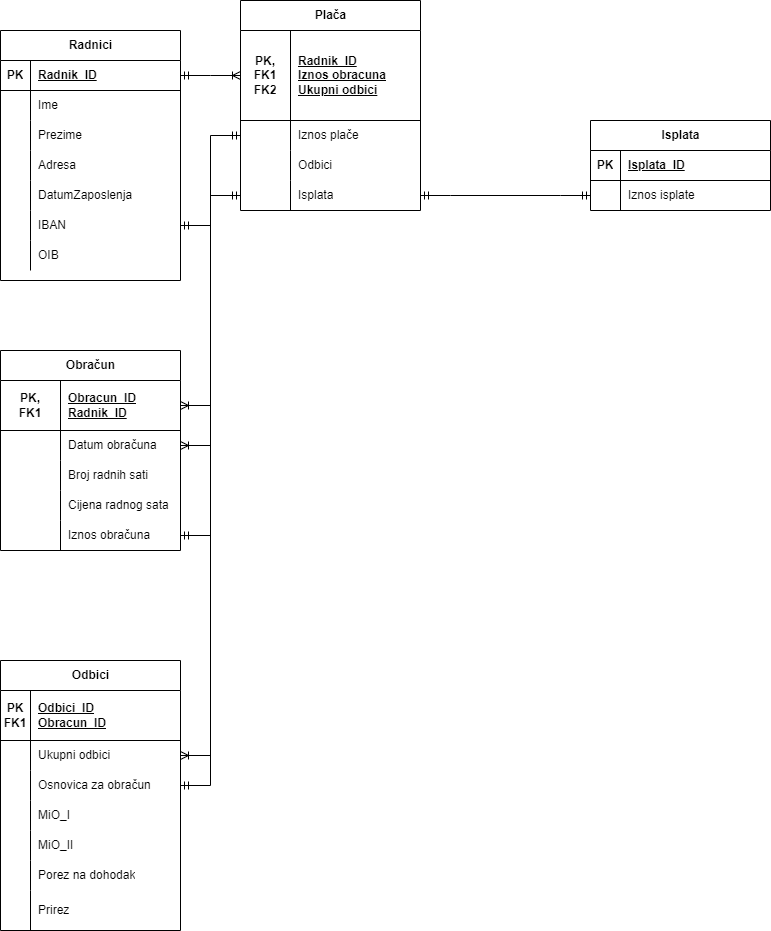
ileninger/Zavrsni-WP2---payroll keeps this draw.io diagram as PayRoll.png. Above is the earlier version. Source tidied: cells renumbered, new cells last; positions are measured from the earlier drawing's top-left corner, leaving out a move shared by most shapes.
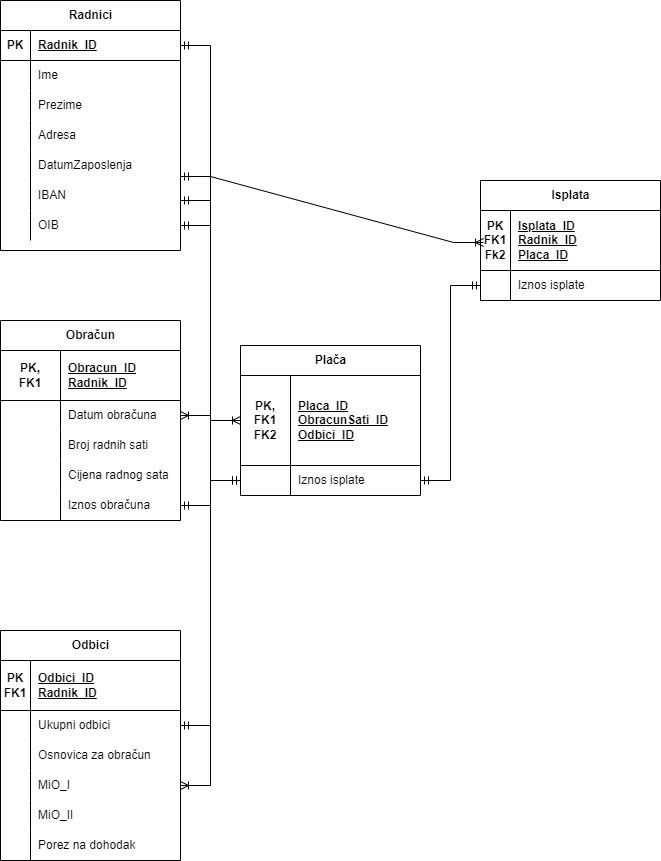
Above is the later version.

Diff of the diagram source:
```diff
@@ -117,7 +117,7 @@
       <mxGeometry x="60" width="120" height="30" as="geometry" />
     </mxCell>
     <mxCell id="40" value="Plača" style="shape=table;startSize=30;rowLines=0;fontStyle=1;align=center;html=1;" parent="1" vertex="1">
-      <mxGeometry x="240" width="180" height="210" as="geometry" />
+      <mxGeometry x="240" y="375" width="180" height="150" as="geometry" />
     </mxCell>
     <mxCell id="41" style="shape=tableRow;horizontal=0;startSize=0;swimlaneHead=0;swimlaneBody=0;fillColor=none;points=[[0,0.5],[1,0.5]];portConstraint=eastwest;top=0;left=0;right=0;bottom=1;" parent="40" vertex="1">
       <mxGeometry y="30" width="180" height="90" as="geometry" />
@@ -125,38 +125,20 @@
     <mxCell id="42" value="PK, &lt;br&gt;FK1&lt;br&gt;FK2" style="shape=partialRectangle;fillColor=none;top=0;left=0;bottom=0;right=0;fontStyle=1;overflow=hidden;whiteSpace=wrap;html=1;" parent="41" vertex="1">
       <mxGeometry width="50" height="90" as="geometry" />
     </mxCell>
-    <mxCell id="43" value="Radnik_ID&lt;br&gt;Iznos obracuna&lt;br&gt;Ukupni odbici" style="shape=partialRectangle;fillColor=none;top=0;left=0;bottom=0;right=0;align=left;spacingLeft=6;fontStyle=5;overflow=hidden;whiteSpace=wrap;html=1;" parent="41" vertex="1">
+    <mxCell id="43" value="Placa_ID&lt;br&gt;ObracunSati_ID&lt;br&gt;Odbici_ID" style="shape=partialRectangle;fillColor=none;top=0;left=0;bottom=0;right=0;align=left;spacingLeft=6;fontStyle=5;overflow=hidden;whiteSpace=wrap;html=1;" parent="41" vertex="1">
       <mxGeometry x="50" width="130" height="90" as="geometry" />
     </mxCell>
-    <mxCell id="44" style="shape=tableRow;horizontal=0;startSize=0;swimlaneHead=0;swimlaneBody=0;fillColor=none;points=[[0,0.5],[1,0.5]];portConstraint=eastwest;top=0;left=0;right=0;bottom=0;" parent="40" vertex="1">
-      <mxGeometry y="120" width="180" height="30" as="geometry" />
-    </mxCell>
-    <mxCell id="45" style="shape=partialRectangle;fillColor=none;top=0;left=0;bottom=0;right=0;overflow=hidden;whiteSpace=wrap;html=1;" parent="44" vertex="1">
-      <mxGeometry width="50" height="30" as="geometry" />
-    </mxCell>
-    <mxCell id="46" value="Iznos plače" style="shape=partialRectangle;fillColor=none;top=0;left=0;bottom=0;right=0;align=left;spacingLeft=6;overflow=hidden;whiteSpace=wrap;html=1;" parent="44" vertex="1">
-      <mxGeometry x="50" width="130" height="30" as="geometry" />
-    </mxCell>
-    <mxCell id="47" style="shape=tableRow;horizontal=0;startSize=0;swimlaneHead=0;swimlaneBody=0;fillColor=none;top=0;left=0;right=0;bottom=0;" parent="40" vertex="1">
-      <mxGeometry y="150" width="180" height="30" as="geometry" />
-    </mxCell>
-    <mxCell id="48" style="shape=partialRectangle;fillColor=none;top=0;left=0;bottom=0;right=0;overflow=hidden;whiteSpace=wrap;html=1;" parent="47" vertex="1">
-      <mxGeometry width="50" height="30" as="geometry" />
-    </mxCell>
-    <mxCell id="49" value="Odbici" style="shape=partialRectangle;fillColor=none;top=0;left=0;bottom=0;right=0;align=left;spacingLeft=6;overflow=hidden;whiteSpace=wrap;html=1;" parent="47" vertex="1">
-      <mxGeometry x="50" width="130" height="30" as="geometry" />
-    </mxCell>
     <mxCell id="50" style="shape=tableRow;horizontal=0;startSize=0;swimlaneHead=0;swimlaneBody=0;fillColor=none;points=[[0,0.5],[1,0.5]];portConstraint=eastwest;top=0;left=0;right=0;bottom=0;" parent="40" vertex="1">
-      <mxGeometry y="180" width="180" height="30" as="geometry" />
+      <mxGeometry y="120" width="180" height="30" as="geometry" />
     </mxCell>
     <mxCell id="51" style="shape=partialRectangle;fillColor=none;top=0;left=0;bottom=0;right=0;overflow=hidden;whiteSpace=wrap;html=1;" parent="50" vertex="1">
       <mxGeometry width="50" height="30" as="geometry" />
     </mxCell>
-    <mxCell id="52" value="Isplata" style="shape=partialRectangle;fillColor=none;top=0;left=0;bottom=0;right=0;align=left;spacingLeft=6;overflow=hidden;whiteSpace=wrap;html=1;" parent="50" vertex="1">
+    <mxCell id="52" value="Iznos isplate" style="shape=partialRectangle;fillColor=none;top=0;left=0;bottom=0;right=0;align=left;spacingLeft=6;overflow=hidden;whiteSpace=wrap;html=1;" parent="50" vertex="1">
       <mxGeometry x="50" width="130" height="30" as="geometry" />
     </mxCell>
     <mxCell id="53" value="Odbici" style="shape=table;startSize=30;rowLines=0;fontStyle=1;align=center;html=1;" parent="1" vertex="1">
-      <mxGeometry y="660" width="180" height="270" as="geometry" />
+      <mxGeometry y="660" width="180" height="230" as="geometry" />
     </mxCell>
     <mxCell id="54" style="shape=tableRow;horizontal=0;startSize=0;swimlaneHead=0;swimlaneBody=0;fillColor=none;top=0;left=0;right=0;bottom=1;" parent="53" vertex="1">
       <mxGeometry y="30" width="180" height="50" as="geometry" />
@@ -164,7 +146,7 @@
     <mxCell id="55" value="PK&lt;br&gt;FK1" style="shape=partialRectangle;fillColor=none;top=0;left=0;bottom=0;right=0;fontStyle=1;overflow=hidden;whiteSpace=wrap;html=1;" parent="54" vertex="1">
       <mxGeometry width="30" height="50" as="geometry" />
     </mxCell>
-    <mxCell id="56" value="Odbici_ID&lt;br&gt;Obracun_ID" style="shape=partialRectangle;fillColor=none;top=0;left=0;bottom=0;right=0;align=left;spacingLeft=6;fontStyle=5;overflow=hidden;whiteSpace=wrap;html=1;" parent="54" vertex="1">
+    <mxCell id="56" value="Odbici_ID&lt;br&gt;Radnik_ID" style="shape=partialRectangle;fillColor=none;top=0;left=0;bottom=0;right=0;align=left;spacingLeft=6;fontStyle=5;overflow=hidden;whiteSpace=wrap;html=1;" parent="54" vertex="1">
       <mxGeometry x="30" width="150" height="50" as="geometry" />
     </mxCell>
     <mxCell id="57" style="shape=tableRow;horizontal=0;startSize=0;swimlaneHead=0;swimlaneBody=0;fillColor=none;points=[[0,0.5],[1,0.5]];portConstraint=eastwest;top=0;left=0;right=0;bottom=0;" parent="53" vertex="1">
@@ -212,15 +194,6 @@
     <mxCell id="71" value="Porez na dohodak" style="shape=partialRectangle;fillColor=none;top=0;left=0;bottom=0;right=0;align=left;spacingLeft=6;overflow=hidden;whiteSpace=wrap;html=1;" parent="69" vertex="1">
       <mxGeometry x="30" width="150" height="30" as="geometry" />
     </mxCell>
-    <mxCell id="72" style="shape=tableRow;horizontal=0;startSize=0;swimlaneHead=0;swimlaneBody=0;fillColor=none;top=0;left=0;right=0;bottom=0;" parent="53" vertex="1">
-      <mxGeometry y="230" width="180" height="40" as="geometry" />
-    </mxCell>
-    <mxCell id="73" style="shape=partialRectangle;fillColor=none;top=0;left=0;bottom=0;right=0;overflow=hidden;whiteSpace=wrap;html=1;" parent="72" vertex="1">
-      <mxGeometry width="30" height="40" as="geometry" />
-    </mxCell>
-    <mxCell id="74" value="Prirez" style="shape=partialRectangle;fillColor=none;top=0;left=0;bottom=0;right=0;align=left;spacingLeft=6;overflow=hidden;whiteSpace=wrap;html=1;" parent="72" vertex="1">
-      <mxGeometry x="30" width="150" height="40" as="geometry" />
-    </mxCell>
     <mxCell id="75" style="edgeStyle=entityRelationEdgeStyle;fontSize=12;html=1;endArrow=ERoneToMany;startArrow=ERmandOne;rounded=0;exitX=1;exitY=0.5;exitDx=0;exitDy=0;" parent="1" edge="1" source="3" target="41">
       <mxGeometry relative="1" as="geometry" />
     </mxCell>
@@ -228,19 +201,19 @@
       <mxGeometry relative="1" as="geometry" />
     </mxCell>
     <mxCell id="77" value="Isplata" style="shape=table;startSize=30;rowLines=0;fontStyle=1;align=center;html=1;" parent="1" vertex="1">
-      <mxGeometry x="590" y="120" width="180" height="90" as="geometry" />
+      <mxGeometry x="480" y="210" width="180" height="120" as="geometry" />
     </mxCell>
     <mxCell id="78" style="shape=tableRow;horizontal=0;startSize=0;swimlaneHead=0;swimlaneBody=0;fillColor=none;top=0;left=0;right=0;bottom=1;" parent="77" vertex="1">
-      <mxGeometry y="30" width="180" height="30" as="geometry" />
+      <mxGeometry y="30" width="180" height="60" as="geometry" />
     </mxCell>
-    <mxCell id="79" value="PK" style="shape=partialRectangle;fillColor=none;top=0;left=0;bottom=0;right=0;fontStyle=1;overflow=hidden;whiteSpace=wrap;html=1;" parent="78" vertex="1">
-      <mxGeometry width="30" height="30" as="geometry" />
+    <mxCell id="79" value="PK&lt;br&gt;FK1&lt;br&gt;Fk2" style="shape=partialRectangle;fillColor=none;top=0;left=0;bottom=0;right=0;fontStyle=1;overflow=hidden;whiteSpace=wrap;html=1;" parent="78" vertex="1">
+      <mxGeometry width="30" height="60" as="geometry" />
     </mxCell>
-    <mxCell id="80" value="Isplata_ID" style="shape=partialRectangle;fillColor=none;top=0;left=0;bottom=0;right=0;align=left;spacingLeft=6;fontStyle=5;overflow=hidden;whiteSpace=wrap;html=1;" parent="78" vertex="1">
-      <mxGeometry x="30" width="150" height="30" as="geometry" />
+    <mxCell id="80" value="Isplata_ID&lt;br&gt;Radnik_ID&lt;br&gt;Placa_ID" style="shape=partialRectangle;fillColor=none;top=0;left=0;bottom=0;right=0;align=left;spacingLeft=6;fontStyle=5;overflow=hidden;whiteSpace=wrap;html=1;" parent="78" vertex="1">
+      <mxGeometry x="30" width="150" height="60" as="geometry" />
     </mxCell>
     <mxCell id="81" style="shape=tableRow;horizontal=0;startSize=0;swimlaneHead=0;swimlaneBody=0;fillColor=none;points=[[0,0.5],[1,0.5]];portConstraint=eastwest;top=0;left=0;right=0;bottom=0;" parent="77" vertex="1">
-      <mxGeometry y="60" width="180" height="30" as="geometry" />
+      <mxGeometry y="90" width="180" height="30" as="geometry" />
     </mxCell>
     <mxCell id="82" style="shape=partialRectangle;fillColor=none;top=0;left=0;bottom=0;right=0;overflow=hidden;whiteSpace=wrap;html=1;" parent="81" vertex="1">
       <mxGeometry width="30" height="30" as="geometry" />
@@ -248,28 +221,24 @@
     <mxCell id="83" value="Iznos isplate" style="shape=partialRectangle;fillColor=none;top=0;left=0;bottom=0;right=0;align=left;spacingLeft=6;overflow=hidden;whiteSpace=wrap;html=1;" parent="81" vertex="1">
       <mxGeometry x="30" width="150" height="30" as="geometry" />
     </mxCell>
-    <mxCell id="84" style="edgeStyle=entityRelationEdgeStyle;fontSize=12;html=1;endArrow=ERoneToMany;startArrow=ERmandOne;rounded=0;entryX=1;entryY=0.5;entryDx=0;entryDy=0;" parent="1" edge="1" source="44" target="28">
-      <mxGeometry relative="1" as="geometry">
-        <Array as="points">
-          <mxPoint x="230" y="120" />
-          <mxPoint x="220" y="270" />
-        </Array>
-      </mxGeometry>
-    </mxCell>
-    <mxCell id="85" style="edgeStyle=entityRelationEdgeStyle;fontSize=12;html=1;endArrow=ERoneToMany;startArrow=ERmandOne;rounded=0;" parent="1" edge="1" source="50" target="57">
-      <mxGeometry relative="1" as="geometry">
-        <Array as="points">
-          <mxPoint x="380" y="295" />
-          <mxPoint x="360" y="390" />
-          <mxPoint x="370" y="445" />
-        </Array>
-      </mxGeometry>
-    </mxCell>
-    <mxCell id="86" style="edgeStyle=entityRelationEdgeStyle;fontSize=12;html=1;endArrow=ERmandOne;startArrow=ERmandOne;rounded=0;entryX=1;entryY=0.5;entryDx=0;entryDy=0;exitX=1;exitY=0.5;exitDx=0;exitDy=0;" parent="1" edge="1" source="37" target="60">
-      <mxGeometry relative="1" as="geometry" />
-    </mxCell>
-    <mxCell id="87" style="edgeStyle=entityRelationEdgeStyle;fontSize=12;html=1;endArrow=ERoneToMany;startArrow=ERmandOne;rounded=0;entryX=1;entryY=0.5;entryDx=0;entryDy=0;exitX=1;exitY=0.5;exitDx=0;exitDy=0;" parent="1" edge="1" source="18" target="25">
-      <mxGeometry relative="1" as="geometry" />
-    </mxCell>
+    <mxCell id="88" style="edgeStyle=entityRelationEdgeStyle;fontSize=12;html=1;endArrow=ERmandOne;startArrow=ERmandOne;rounded=0;exitX=1;exitY=0.5;exitDx=0;exitDy=0;" parent="1" edge="1" source="37" target="50">
+      <mxGeometry relative="1" as="geometry" />
+    </mxCell>
+    <mxCell id="89" style="edgeStyle=entityRelationEdgeStyle;fontSize=12;html=1;endArrow=ERmandOne;startArrow=ERmandOne;rounded=0;entryX=0;entryY=0.5;entryDx=0;entryDy=0;" parent="1" edge="1" source="57" target="50">
+      <mxGeometry relative="1" as="geometry" />
+    </mxCell>
+    <mxCell id="90" style="edgeStyle=entityRelationEdgeStyle;fontSize=12;html=1;endArrow=ERoneToMany;startArrow=ERmandOne;rounded=0;" parent="1" edge="1" target="28">
+      <mxGeometry relative="1" as="geometry">
+        <mxPoint x="180" y="230" as="sourcePoint" />
+      </mxGeometry>
+    </mxCell>
+    <mxCell id="91" style="edgeStyle=entityRelationEdgeStyle;fontSize=12;html=1;endArrow=ERoneToMany;startArrow=ERmandOne;rounded=0;exitX=1;exitY=0.5;exitDx=0;exitDy=0;entryX=1;entryY=0.5;entryDx=0;entryDy=0;" parent="1" edge="1" source="21" target="63">
+      <mxGeometry relative="1" as="geometry" />
+    </mxCell>
+    <mxCell id="92" style="edgeStyle=entityRelationEdgeStyle;fontSize=12;html=1;endArrow=ERoneToMany;startArrow=ERmandOne;rounded=0;exitX=1;exitY=-0.133;exitDx=0;exitDy=0;exitPerimeter=0;" parent="1" edge="1" source="18">
+      <mxGeometry relative="1" as="geometry">
+        <mxPoint x="483.1" y="272" as="targetPoint" />
+      </mxGeometry>
+    </mxCell>
   </root>
 </mxGraphModel>
```
